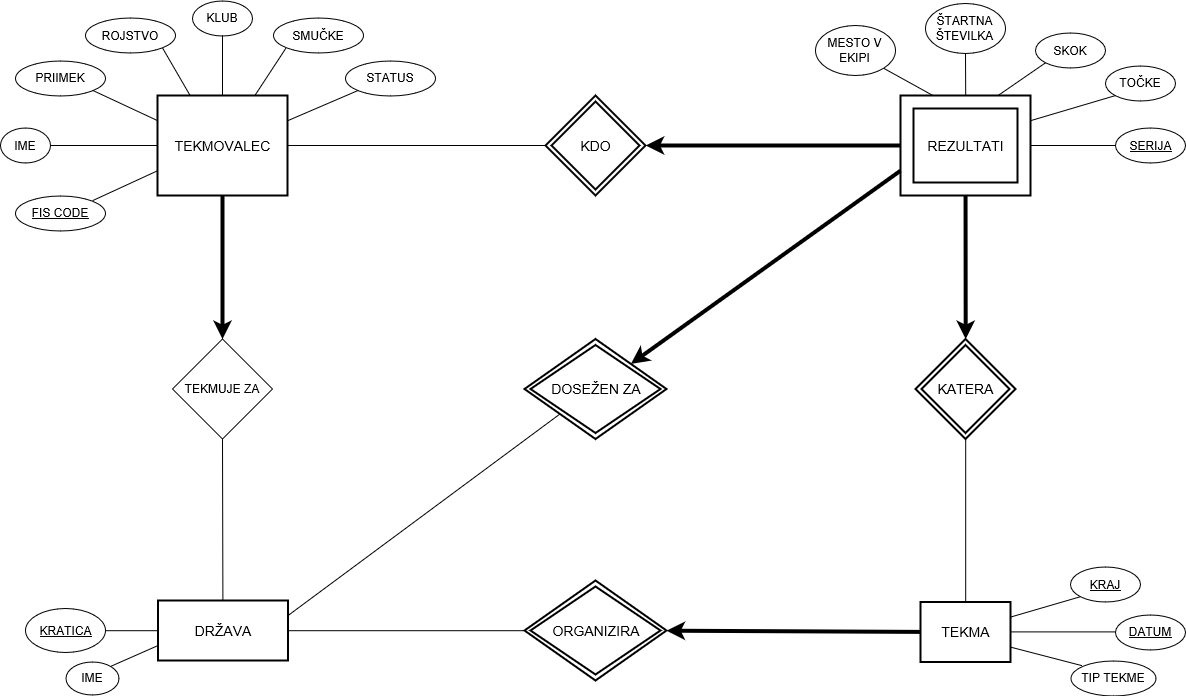
Tejchy85/Skoki keeps this draw.io diagram as ER-diagram.png. Above is the earlier version. Source tidied: cells renumbered, new cells last; positions are measured from the earlier drawing's top-left corner, leaving out a move shared by most shapes.
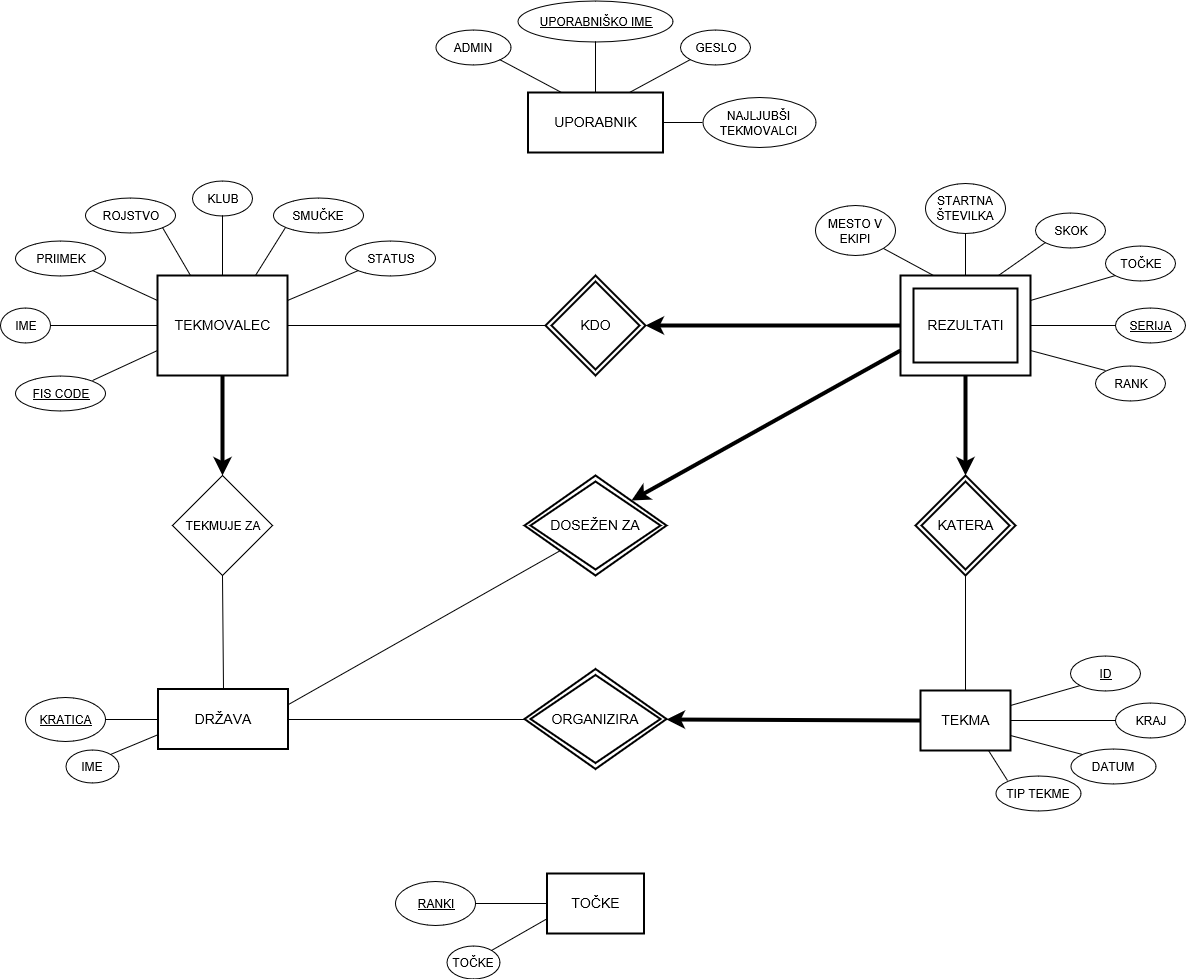
After the change.

The edit, as a diff of the source:
```diff
@@ -9,10 +9,10 @@
       <mxGeometry x="1115" y="127.5" width="70" height="35" as="geometry" />
     </mxCell>
     <mxCell id="4" value="KATERA&lt;br&gt;" style="shape=rhombus;double=1;strokeWidth=2;fontSize=17;perimeter=rhombusPerimeter;whiteSpace=wrap;html=1;align=center;fontSize=14;" parent="1" vertex="1">
-      <mxGeometry x="915" y="338.5" width="100" height="100" as="geometry" />
+      <mxGeometry x="915" y="295" width="100" height="100" as="geometry" />
     </mxCell>
     <mxCell id="5" value="TEKMA&lt;br&gt;" style="strokeWidth=2;whiteSpace=wrap;html=1;align=center;fontSize=14;" parent="1" vertex="1">
-      <mxGeometry x="920" y="601.5" width="90" height="60" as="geometry" />
+      <mxGeometry x="920" y="510" width="90" height="60" as="geometry" />
     </mxCell>
     <mxCell id="6" style="edgeStyle=none;rounded=0;jettySize=auto;html=1;exitX=0.5;exitY=1;exitDx=0;exitDy=0;entryX=0.5;entryY=0;entryDx=0;entryDy=0;strokeWidth=4;" parent="1" edge="1" source="7" target="21">
       <mxGeometry relative="1" as="geometry" />
@@ -24,19 +24,19 @@
       <mxGeometry y="127.5" width="50" height="35" as="geometry" />
     </mxCell>
     <mxCell id="9" value="DRŽAVA&lt;br&gt;" style="strokeWidth=2;whiteSpace=wrap;html=1;align=center;fontSize=14;" parent="1" vertex="1">
-      <mxGeometry x="157.5" y="600" width="130" height="60" as="geometry" />
+      <mxGeometry x="157.5" y="508.5" width="130" height="60" as="geometry" />
     </mxCell>
     <mxCell id="10" value="PRIIMEK" style="ellipse;whiteSpace=wrap;html=1;" parent="1" vertex="1">
       <mxGeometry x="15" y="60" width="90" height="35" as="geometry" />
     </mxCell>
-    <mxCell id="11" value="KRAJ" style="ellipse;strokeWidth=1;whiteSpace=wrap;html=1;fontStyle=4;" parent="1" vertex="1">
-      <mxGeometry x="1070" y="566.5" width="70" height="35" as="geometry" />
+    <mxCell id="11" value="ID&lt;br&gt;" style="ellipse;strokeWidth=1;whiteSpace=wrap;html=1;fontStyle=4;" parent="1" vertex="1">
+      <mxGeometry x="1070" y="475" width="70" height="35" as="geometry" />
     </mxCell>
     <mxCell id="12" value="ROJSTVO" style="ellipse;whiteSpace=wrap;html=1;" parent="1" vertex="1">
       <mxGeometry x="85" y="17.5" width="90" height="35" as="geometry" />
     </mxCell>
-    <mxCell id="13" value="&lt;u&gt;DATUM&lt;/u&gt;" style="ellipse;whiteSpace=wrap;html=1;strokeWidth=1;" parent="1" vertex="1">
-      <mxGeometry x="1115" y="614" width="70" height="35" as="geometry" />
+    <mxCell id="13" value="KRAJ&lt;br&gt;" style="ellipse;whiteSpace=wrap;html=1;strokeWidth=1;" parent="1" vertex="1">
+      <mxGeometry x="1115" y="522.5" width="70" height="35" as="geometry" />
     </mxCell>
     <mxCell id="14" value="KLUB" style="ellipse;whiteSpace=wrap;html=1;" parent="1" vertex="1">
       <mxGeometry x="192" width="60" height="35" as="geometry" />
@@ -44,23 +44,23 @@
     <mxCell id="15" value="STATUS" style="ellipse;whiteSpace=wrap;html=1;" parent="1" vertex="1">
       <mxGeometry x="345" y="60" width="90" height="35" as="geometry" />
     </mxCell>
-    <mxCell id="16" value="&lt;span&gt;TIP TEKME&lt;/span&gt;" style="ellipse;whiteSpace=wrap;html=1;strokeWidth=1;fontStyle=0;" parent="1" vertex="1">
-      <mxGeometry x="1070" y="660" width="85" height="35" as="geometry" />
+    <mxCell id="16" value="DATUM&lt;br&gt;" style="ellipse;whiteSpace=wrap;html=1;strokeWidth=1;fontStyle=0;" parent="1" vertex="1">
+      <mxGeometry x="1070" y="568.5" width="85" height="35" as="geometry" />
     </mxCell>
     <mxCell id="17" value="SMUČKE" style="ellipse;whiteSpace=wrap;html=1;" parent="1" vertex="1">
       <mxGeometry x="272.5" y="17.5" width="90" height="35" as="geometry" />
     </mxCell>
     <mxCell id="18" value="&lt;u&gt;KRATICA&lt;/u&gt;&lt;br&gt;" style="ellipse;whiteSpace=wrap;html=1;" parent="1" vertex="1">
-      <mxGeometry x="25" y="608" width="80" height="44" as="geometry" />
+      <mxGeometry x="25" y="516.5" width="80" height="44" as="geometry" />
     </mxCell>
     <mxCell id="19" value="MESTO V EKIPI&lt;br&gt;" style="ellipse;whiteSpace=wrap;html=1;" parent="1" vertex="1">
       <mxGeometry x="815" y="25" width="80" height="50" as="geometry" />
     </mxCell>
-    <mxCell id="20" value="ŠTARTNA ŠTEVILKA" style="ellipse;whiteSpace=wrap;html=1;" parent="1" vertex="1">
+    <mxCell id="20" value="STARTNA ŠTEVILKA" style="ellipse;whiteSpace=wrap;html=1;" parent="1" vertex="1">
       <mxGeometry x="925" y="2.5" width="80" height="50" as="geometry" />
     </mxCell>
     <mxCell id="21" value="TEKMUJE ZA&lt;br&gt;" style="rhombus;whiteSpace=wrap;html=1;" parent="1" vertex="1">
-      <mxGeometry x="172" y="338.5" width="100" height="100" as="geometry" />
+      <mxGeometry x="172" y="295" width="100" height="100" as="geometry" />
     </mxCell>
     <mxCell id="22" value="KDO&lt;br&gt;" style="shape=rhombus;double=1;strokeWidth=2;fontSize=17;perimeter=rhombusPerimeter;whiteSpace=wrap;html=1;align=center;fontSize=14;" parent="1" vertex="1">
       <mxGeometry x="545" y="95" width="100" height="100" as="geometry" />
@@ -75,10 +75,10 @@
       <mxGeometry x="900" y="95" width="130" height="100" as="geometry" />
     </mxCell>
     <mxCell id="26" value="DOSEŽEN ZA&lt;br&gt;" style="shape=rhombus;double=1;strokeWidth=2;fontSize=17;perimeter=rhombusPerimeter;whiteSpace=wrap;html=1;align=center;fontSize=14;" parent="1" vertex="1">
-      <mxGeometry x="524" y="338.5" width="142" height="100" as="geometry" />
+      <mxGeometry x="524" y="295" width="142" height="100" as="geometry" />
     </mxCell>
     <mxCell id="27" value="ORGANIZIRA&lt;br&gt;" style="shape=rhombus;double=1;strokeWidth=2;fontSize=17;perimeter=rhombusPerimeter;whiteSpace=wrap;html=1;align=center;fontSize=14;" parent="1" vertex="1">
-      <mxGeometry x="524" y="580" width="142" height="100" as="geometry" />
+      <mxGeometry x="524" y="488.5" width="142" height="100" as="geometry" />
     </mxCell>
     <mxCell id="28" style="endArrow=none;html=1;entryX=0;entryY=0.75;entryDx=0;entryDy=0;exitX=1;exitY=0;exitDx=0;exitDy=0;" parent="1" edge="1" source="24" target="7">
       <mxGeometry relative="1" as="geometry" />
@@ -95,9 +95,6 @@
     <mxCell id="32" style="endArrow=none;html=1;entryX=1;entryY=1;entryDx=0;entryDy=0;exitX=0.25;exitY=0;exitDx=0;exitDy=0;" parent="1" edge="1" source="7" target="12">
       <mxGeometry relative="1" as="geometry" />
     </mxCell>
-    <mxCell id="33" style="endArrow=none;html=1;entryX=0.5;entryY=1;entryDx=0;entryDy=0;exitX=0.5;exitY=0;exitDx=0;exitDy=0;" parent="1" edge="1" source="7" target="14">
-      <mxGeometry relative="1" as="geometry" />
-    </mxCell>
     <mxCell id="34" style="endArrow=none;html=1;entryX=0;entryY=1;entryDx=0;entryDy=0;exitX=0.75;exitY=0;exitDx=0;exitDy=0;" parent="1" edge="1" source="7" target="17">
       <mxGeometry relative="1" as="geometry" />
     </mxCell>
@@ -156,10 +153,67 @@
       <mxGeometry relative="1" as="geometry" />
     </mxCell>
     <mxCell id="53" value="IME" style="ellipse;whiteSpace=wrap;html=1;" parent="1" vertex="1">
-      <mxGeometry x="65" y="661" width="53" height="33" as="geometry" />
+      <mxGeometry x="65" y="569.5" width="53" height="33" as="geometry" />
     </mxCell>
     <mxCell id="54" style="endArrow=none;html=1;entryX=1;entryY=0;entryDx=0;entryDy=0;exitX=0;exitY=0.75;exitDx=0;exitDy=0;" parent="1" edge="1" source="9" target="53">
       <mxGeometry relative="1" as="geometry" />
     </mxCell>
+    <mxCell id="55" value="TOČKE&lt;br&gt;" style="strokeWidth=2;whiteSpace=wrap;html=1;align=center;fontSize=14;" parent="1" vertex="1">
+      <mxGeometry x="546.5" y="693" width="97" height="60" as="geometry" />
+    </mxCell>
+    <mxCell id="56" value="&lt;u&gt;RANKI&lt;/u&gt;&lt;br&gt;" style="ellipse;whiteSpace=wrap;html=1;" parent="1" vertex="1">
+      <mxGeometry x="395" y="701" width="80" height="44" as="geometry" />
+    </mxCell>
+    <mxCell id="57" style="endArrow=none;html=1;entryX=1;entryY=0.5;entryDx=0;entryDy=0;exitX=0;exitY=0.5;exitDx=0;exitDy=0;" parent="1" edge="1" source="55" target="56">
+      <mxGeometry relative="1" as="geometry" />
+    </mxCell>
+    <mxCell id="58" value="TOČKE" style="ellipse;whiteSpace=wrap;html=1;" parent="1" vertex="1">
+      <mxGeometry x="446" y="765" width="53" height="33" as="geometry" />
+    </mxCell>
+    <mxCell id="59" style="endArrow=none;html=1;entryX=1;entryY=0;entryDx=0;entryDy=0;exitX=0;exitY=0.75;exitDx=0;exitDy=0;" parent="1" edge="1" source="55" target="58">
+      <mxGeometry relative="1" as="geometry" />
+    </mxCell>
+    <mxCell id="60" value="UPORABNIK&lt;br&gt;" style="strokeWidth=2;whiteSpace=wrap;html=1;align=center;fontSize=14;" parent="1" vertex="1">
+      <mxGeometry x="527.5" y="-88" width="135" height="60" as="geometry" />
+    </mxCell>
+    <mxCell id="61" value="UPORABNIŠKO IME&lt;br&gt;" style="ellipse;strokeWidth=1;whiteSpace=wrap;html=1;fontStyle=4;" parent="1" vertex="1">
+      <mxGeometry x="517.5" y="-180" width="155" height="41" as="geometry" />
+    </mxCell>
+    <mxCell id="62" value="GESLO&lt;br&gt;" style="ellipse;whiteSpace=wrap;html=1;strokeWidth=1;" parent="1" vertex="1">
+      <mxGeometry x="680" y="-150.5" width="70" height="35" as="geometry" />
+    </mxCell>
+    <mxCell id="63" value="ADMIN&lt;br&gt;" style="ellipse;whiteSpace=wrap;html=1;strokeWidth=1;fontStyle=0;" parent="1" vertex="1">
+      <mxGeometry x="435" y="-150.5" width="75" height="35" as="geometry" />
+    </mxCell>
+    <mxCell id="64" style="endArrow=none;html=1;exitX=0.5;exitY=1;exitDx=0;exitDy=0;entryX=0.5;entryY=0;entryDx=0;entryDy=0;" parent="1" edge="1" source="61" target="60">
+      <mxGeometry relative="1" as="geometry" />
+    </mxCell>
+    <mxCell id="65" style="endArrow=none;html=1;entryX=0.75;entryY=0;entryDx=0;entryDy=0;exitX=0;exitY=1;exitDx=0;exitDy=0;" parent="1" edge="1" source="62" target="60">
+      <mxGeometry relative="1" as="geometry" />
+    </mxCell>
+    <mxCell id="66" style="endArrow=none;html=1;exitX=1;exitY=1;exitDx=0;exitDy=0;entryX=0.25;entryY=0;entryDx=0;entryDy=0;" parent="1" edge="1" source="63" target="60">
+      <mxGeometry relative="1" as="geometry" />
+    </mxCell>
+    <mxCell id="67" value="RANK&lt;br&gt;" style="ellipse;whiteSpace=wrap;html=1;strokeWidth=1;" parent="1" vertex="1">
+      <mxGeometry x="1095" y="185" width="70" height="35" as="geometry" />
+    </mxCell>
+    <mxCell id="68" style="endArrow=none;html=1;entryX=0;entryY=0;entryDx=0;entryDy=0;exitX=1;exitY=0.75;exitDx=0;exitDy=0;" parent="1" edge="1" source="25" target="67">
+      <mxGeometry relative="1" as="geometry" />
+    </mxCell>
+    <mxCell id="69" value="&lt;span&gt;TIP TEKME&lt;/span&gt;" style="ellipse;whiteSpace=wrap;html=1;strokeWidth=1;fontStyle=0;" parent="1" vertex="1">
+      <mxGeometry x="995" y="595" width="85" height="35" as="geometry" />
+    </mxCell>
+    <mxCell id="70" style="endArrow=none;html=1;entryX=0;entryY=0;entryDx=0;entryDy=0;exitX=0.75;exitY=1;exitDx=0;exitDy=0;" parent="1" edge="1" source="5" target="69">
+      <mxGeometry relative="1" as="geometry" />
+    </mxCell>
+    <mxCell id="71" value="NAJLJUBŠI TEKMOVALCI&lt;br&gt;" style="ellipse;whiteSpace=wrap;html=1;strokeWidth=1;fontStyle=0;" parent="1" vertex="1">
+      <mxGeometry x="702" y="-83" width="113" height="50" as="geometry" />
+    </mxCell>
+    <mxCell id="72" style="endArrow=none;html=1;entryX=0;entryY=0.5;entryDx=0;entryDy=0;exitX=1;exitY=0.5;exitDx=0;exitDy=0;" parent="1" edge="1" source="60" target="71">
+      <mxGeometry relative="1" as="geometry" />
+    </mxCell>
+    <mxCell id="73" style="endArrow=none;html=1;entryX=0.5;entryY=0;entryDx=0;entryDy=0;exitX=0.5;exitY=1;exitDx=0;exitDy=0;" parent="1" edge="1" source="14" target="7">
+      <mxGeometry relative="1" as="geometry" />
+    </mxCell>
   </root>
 </mxGraphModel>
```
